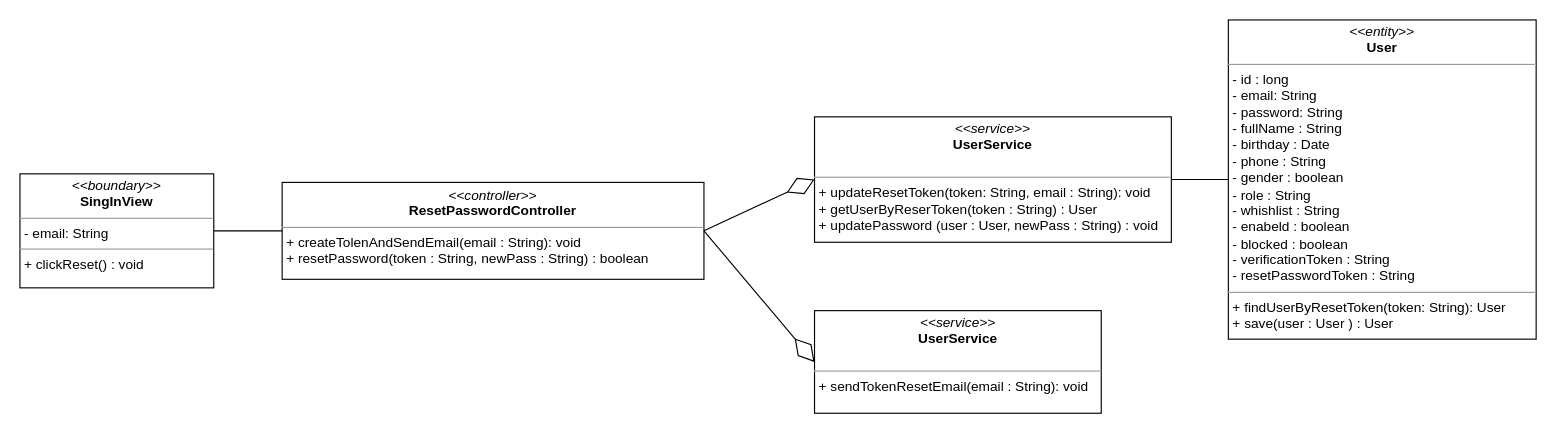
Before: class diagram/fogot-password-class-diagram.drawio in nguyenphamvan/datn_20202, a draw.io diagram. Source tidied: cells renumbered, new cells numbered last; positions are measured from the earlier drawing's top-left corner, leaving out a move shared by most shapes. Both pictures are drawn from the tidied source at 114%, with x=0, y=0 at pixel (19, 19).
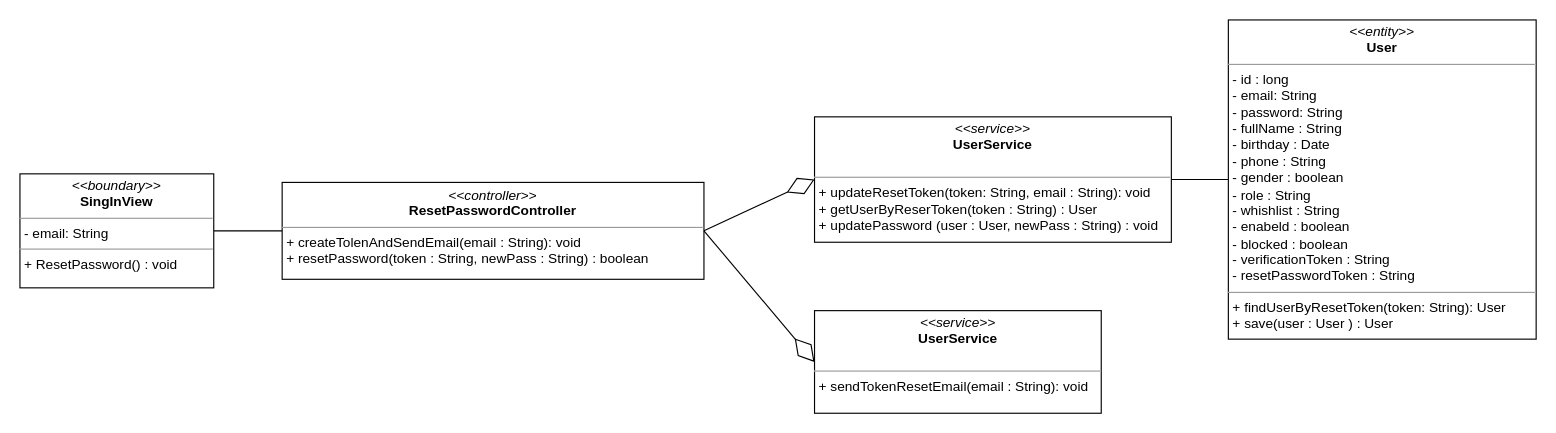
Above is the later version.

What changed in the source:
```diff
@@
 <mxGraphModel>
   <root>
     <mxCell id="0" />
     <mxCell id="1" parent="0" />
     <mxCell id="2" value="&lt;p style=&quot;margin: 0px ; margin-top: 4px ; text-align: center&quot;&gt;&lt;i&gt;&amp;lt;&amp;lt;controller&amp;gt;&amp;gt;&lt;/i&gt;&lt;br&gt;&lt;b&gt;ResetPasswordController&lt;/b&gt;&lt;/p&gt;&lt;hr size=&quot;1&quot;&gt;&lt;p style=&quot;margin: 0px ; margin-left: 4px&quot;&gt;+ createTolenAndSendEmail(email : String): void&lt;br&gt;&lt;/p&gt;&lt;p style=&quot;margin: 0px ; margin-left: 4px&quot;&gt;+ resetPassword(token : String, newPass : String) : boolean&lt;/p&gt;" style="verticalAlign=top;align=left;overflow=fill;fontSize=12;fontFamily=Helvetica;html=1;" parent="1" vertex="1">
       <mxGeometry x="230" y="142.5" width="370" height="85" as="geometry" />
     </mxCell>
     <mxCell id="3" style="endArrow=none;html=1;edgeStyle=orthogonalEdgeStyle;exitX=1;exitY=0.5;exitDx=0;exitDy=0;entryX=0;entryY=0.5;entryDx=0;entryDy=0;" parent="1" edge="1" source="8" target="2">
       <mxGeometry relative="1" as="geometry" />
     </mxCell>
     <mxCell id="4" value="&lt;p style=&quot;margin: 0px ; margin-top: 4px ; text-align: center&quot;&gt;&lt;i&gt;&amp;lt;&amp;lt;service&amp;gt;&amp;gt;&lt;/i&gt;&lt;br&gt;&lt;b&gt;UserService&lt;/b&gt;&lt;/p&gt;&lt;p style=&quot;margin: 0px ; margin-left: 4px&quot;&gt;&lt;br&gt;&lt;/p&gt;&lt;hr size=&quot;1&quot;&gt;&lt;p style=&quot;margin: 0px ; margin-left: 4px&quot;&gt;+ updateResetToken(token: String, email : String): void&lt;/p&gt;&lt;p style=&quot;margin: 0px ; margin-left: 4px&quot;&gt;+ getUserByReserToken(token : String) : User&lt;/p&gt;&lt;p style=&quot;margin: 0px ; margin-left: 4px&quot;&gt;+ updatePassword (user : User, newPass : String) : void&lt;/p&gt;" style="verticalAlign=top;align=left;overflow=fill;fontSize=12;fontFamily=Helvetica;html=1;" parent="1" vertex="1">
       <mxGeometry x="697" y="85" width="313" height="110" as="geometry" />
     </mxCell>
     <mxCell id="5" value="&lt;p style=&quot;margin: 0px ; margin-top: 4px ; text-align: center&quot;&gt;&lt;i&gt;&amp;lt;&amp;lt;entity&amp;gt;&amp;gt;&lt;/i&gt;&lt;br&gt;&lt;b&gt;User&lt;/b&gt;&lt;/p&gt;&lt;hr size=&quot;1&quot;&gt;&lt;p style=&quot;margin: 0px ; margin-left: 4px&quot;&gt;- id : long&lt;/p&gt;&lt;p style=&quot;margin: 0px ; margin-left: 4px&quot;&gt;- email: String&lt;br&gt;- password: String&lt;/p&gt;&lt;p style=&quot;margin: 0px ; margin-left: 4px&quot;&gt;- fullName : String&lt;/p&gt;&lt;p style=&quot;margin: 0px ; margin-left: 4px&quot;&gt;- birthday : Date&lt;/p&gt;&lt;p style=&quot;margin: 0px ; margin-left: 4px&quot;&gt;- phone : String&lt;/p&gt;&lt;p style=&quot;margin: 0px ; margin-left: 4px&quot;&gt;- gender : boolean&lt;/p&gt;&lt;p style=&quot;margin: 0px ; margin-left: 4px&quot;&gt;- role : String&lt;/p&gt;&lt;p style=&quot;margin: 0px ; margin-left: 4px&quot;&gt;- whishlist : String&lt;/p&gt;&lt;p style=&quot;margin: 0px ; margin-left: 4px&quot;&gt;- enabeld : boolean&lt;/p&gt;&lt;p style=&quot;margin: 0px ; margin-left: 4px&quot;&gt;- blocked : boolean&lt;/p&gt;&lt;p style=&quot;margin: 0px ; margin-left: 4px&quot;&gt;- verificationToken : String&lt;/p&gt;&lt;p style=&quot;margin: 0px ; margin-left: 4px&quot;&gt;- resetPasswordToken : String&lt;/p&gt;&lt;hr size=&quot;1&quot;&gt;&lt;p style=&quot;margin: 0px ; margin-left: 4px&quot;&gt;+ findUserByResetToken(token: String): User&lt;br&gt;&lt;/p&gt;&lt;p style=&quot;margin: 0px ; margin-left: 4px&quot;&gt;+ save(user : User ) : User&lt;/p&gt;" style="verticalAlign=top;align=left;overflow=fill;fontSize=12;fontFamily=Helvetica;html=1;" parent="1" vertex="1">
       <mxGeometry x="1060" width="270" height="280" as="geometry" />
     </mxCell>
     <mxCell id="6" style="endArrow=diamondThin;endFill=0;endSize=24;html=1;exitX=1;exitY=0.5;exitDx=0;exitDy=0;entryX=0;entryY=0.5;entryDx=0;entryDy=0;" parent="1" edge="1" source="2" target="4">
       <mxGeometry relative="1" as="geometry" />
     </mxCell>
     <mxCell id="7" style="endArrow=none;html=1;exitX=1;exitY=0.5;exitDx=0;exitDy=0;entryX=0;entryY=0.5;entryDx=0;entryDy=0;" parent="1" edge="1" source="4" target="5">
       <mxGeometry relative="1" as="geometry" />
     </mxCell>
-    <mxCell id="8" value="&lt;p style=&quot;margin: 0px ; margin-top: 4px ; text-align: center&quot;&gt;&lt;i&gt;&amp;lt;&amp;lt;boundary&amp;gt;&amp;gt;&lt;/i&gt;&lt;br&gt;&lt;b&gt;SingInView&lt;/b&gt;&lt;/p&gt;&lt;hr size=&quot;1&quot;&gt;&lt;p style=&quot;margin: 0px ; margin-left: 4px&quot;&gt;- email: String&lt;br&gt;&lt;/p&gt;&lt;hr size=&quot;1&quot;&gt;&lt;p style=&quot;margin: 0px ; margin-left: 4px&quot;&gt;&lt;span&gt;+ clickReset() : void&lt;/span&gt;&lt;br&gt;&lt;/p&gt;" style="verticalAlign=top;align=left;overflow=fill;fontSize=12;fontFamily=Helvetica;html=1;" parent="1" vertex="1">
+    <mxCell id="8" value="&lt;p style=&quot;margin: 0px ; margin-top: 4px ; text-align: center&quot;&gt;&lt;i&gt;&amp;lt;&amp;lt;boundary&amp;gt;&amp;gt;&lt;/i&gt;&lt;br&gt;&lt;b&gt;SingInView&lt;/b&gt;&lt;/p&gt;&lt;hr size=&quot;1&quot;&gt;&lt;p style=&quot;margin: 0px ; margin-left: 4px&quot;&gt;- email: String&lt;br&gt;&lt;/p&gt;&lt;hr size=&quot;1&quot;&gt;&lt;p style=&quot;margin: 0px ; margin-left: 4px&quot;&gt;&lt;span&gt;+ ResetPassword() : void&lt;/span&gt;&lt;br&gt;&lt;/p&gt;" style="verticalAlign=top;align=left;overflow=fill;fontSize=12;fontFamily=Helvetica;html=1;" parent="1" vertex="1">
       <mxGeometry y="135" width="170" height="100" as="geometry" />
     </mxCell>
     <mxCell id="9" value="&lt;p style=&quot;margin: 0px ; margin-top: 4px ; text-align: center&quot;&gt;&lt;i&gt;&amp;lt;&amp;lt;service&amp;gt;&amp;gt;&lt;/i&gt;&lt;br&gt;&lt;b&gt;UserService&lt;/b&gt;&lt;/p&gt;&lt;p style=&quot;margin: 0px ; margin-left: 4px&quot;&gt;&lt;br&gt;&lt;/p&gt;&lt;hr size=&quot;1&quot;&gt;&lt;p style=&quot;margin: 0px ; margin-left: 4px&quot;&gt;+ sendTokenResetEmail(email : String): void&lt;/p&gt;" style="verticalAlign=top;align=left;overflow=fill;fontSize=12;fontFamily=Helvetica;html=1;" parent="1" vertex="1">
       <mxGeometry x="697" y="255" width="251.5" height="90" as="geometry" />
     </mxCell>
     <mxCell id="10" style="endArrow=diamondThin;endFill=0;endSize=24;html=1;exitX=1;exitY=0.5;exitDx=0;exitDy=0;entryX=0;entryY=0.5;entryDx=0;entryDy=0;" parent="1" edge="1" source="2" target="9">
       <mxGeometry relative="1" as="geometry" />
     </mxCell>
   </root>
 </mxGraphModel>
```
